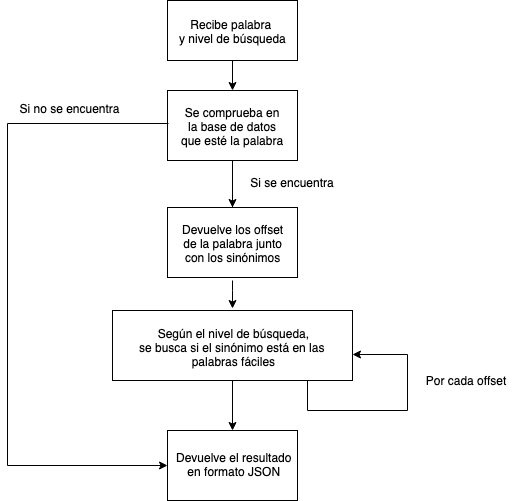
Above: Memoria/Imagenes/Bitmap/Capitulo4/ServiciosWeb/DiagramaFlujoSinonimos.png in NILGroup/TFG-1819-Analogias (draw.io), before the change. Source tidied: cells renumbered, new cells last; positions are measured from the earlier drawing's top-left corner, leaving out a move shared by most shapes.
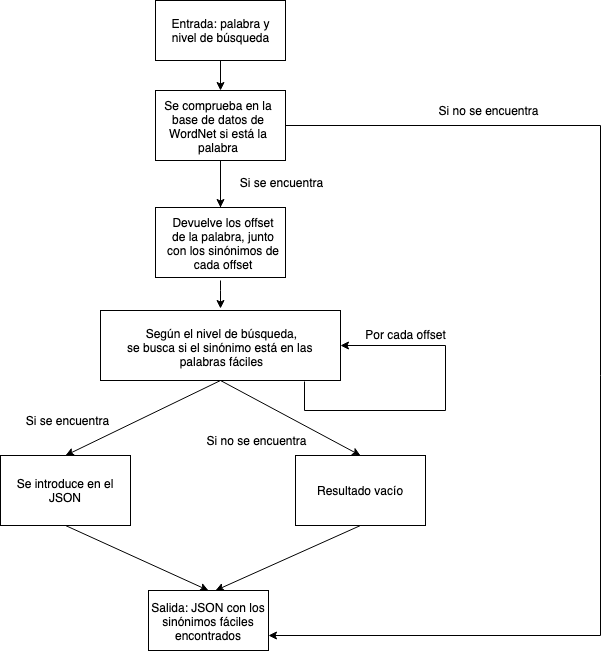
The same file after the commit.

Change to the diagram source:
```diff
@@ -2,85 +2,108 @@
   <root>
     <mxCell id="0" />
     <mxCell id="1" parent="0" />
-    <mxCell id="2" style="rounded=0;whiteSpace=wrap;html=1;" parent="1" vertex="1">
-      <mxGeometry x="160" width="130" height="60" as="geometry" />
-    </mxCell>
-    <mxCell id="3" style="edgeStyle=orthogonalEdgeStyle;rounded=0;jettySize=auto;html=1;entryX=0.5;entryY=0;entryDx=0;entryDy=0;exitX=0.5;exitY=1;exitDx=0;exitDy=0;" parent="1" edge="1" source="2" target="6">
-      <mxGeometry relative="1" as="geometry" />
-    </mxCell>
-    <mxCell id="4" value="Recibe palabra&amp;nbsp;&lt;br&gt;y nivel de búsqueda&lt;br&gt;" style="text;html=1;align=center;verticalAlign=top;spacingTop=-4;" parent="1" vertex="1">
-      <mxGeometry x="165" y="15" width="120" height="30" as="geometry" />
-    </mxCell>
-    <mxCell id="5" style="edgeStyle=orthogonalEdgeStyle;rounded=0;jettySize=auto;html=1;" parent="1" edge="1" source="6" target="12">
-      <mxGeometry relative="1" as="geometry" />
-    </mxCell>
-    <mxCell id="6" style="rounded=0;whiteSpace=wrap;html=1;" parent="1" vertex="1">
-      <mxGeometry x="160" y="90" width="130" height="70" as="geometry" />
-    </mxCell>
-    <mxCell id="7" style="edgeStyle=orthogonalEdgeStyle;rounded=0;jettySize=auto;html=1;entryX=0.5;entryY=0;entryDx=0;entryDy=0;" parent="1" edge="1" target="10">
-      <mxGeometry relative="1" as="geometry">
-        <mxPoint x="225" y="160" as="sourcePoint" />
-      </mxGeometry>
-    </mxCell>
-    <mxCell id="8" style="edgeStyle=orthogonalEdgeStyle;rounded=0;jettySize=auto;html=1;entryX=0;entryY=0.5;entryDx=0;entryDy=0;exitX=-0.033;exitY=0.5;exitDx=0;exitDy=0;exitPerimeter=0;" parent="1" edge="1" source="9" target="19">
-      <mxGeometry relative="1" as="geometry">
-        <Array as="points">
-          <mxPoint y="123" />
-          <mxPoint y="465" />
-        </Array>
-      </mxGeometry>
-    </mxCell>
-    <mxCell id="9" value="Se comprueba en&lt;br&gt;&amp;nbsp;la base de datos &lt;br&gt;que esté la palabra&lt;br&gt;" style="text;html=1;points=[];align=center;verticalAlign=top;spacingTop=-4;" parent="1" vertex="1">
-      <mxGeometry x="165" y="103" width="120" height="40" as="geometry" />
-    </mxCell>
-    <mxCell id="10" style="rounded=0;whiteSpace=wrap;html=1;" parent="1" vertex="1">
-      <mxGeometry x="160" y="207" width="130" height="70" as="geometry" />
-    </mxCell>
-    <mxCell id="11" style="edgeStyle=orthogonalEdgeStyle;rounded=0;orthogonalLoop=1;jettySize=auto;html=1;" parent="1" edge="1">
-      <mxGeometry relative="1" as="geometry">
-        <mxPoint x="225" y="280" as="sourcePoint" />
-        <mxPoint x="225" y="308" as="targetPoint" />
-        <Array as="points">
-          <mxPoint x="225" y="290" />
-          <mxPoint x="225" y="290" />
-        </Array>
-      </mxGeometry>
-    </mxCell>
-    <mxCell id="12" value="Devuelve los offset&lt;br&gt;de la palabra junto&lt;br&gt;con los sinónimos&lt;br&gt;" style="text;html=1;points=[];align=center;verticalAlign=top;spacingTop=-4;" parent="1" vertex="1">
-      <mxGeometry x="165" y="220" width="120" height="40" as="geometry" />
-    </mxCell>
-    <mxCell id="13" style="edgeStyle=orthogonalEdgeStyle;rounded=0;jettySize=auto;html=1;exitX=0.5;exitY=1;exitDx=0;exitDy=0;" parent="1" edge="1" source="14" target="19">
-      <mxGeometry relative="1" as="geometry" />
-    </mxCell>
-    <mxCell id="14" style="rounded=0;whiteSpace=wrap;html=1;" parent="1" vertex="1">
-      <mxGeometry x="105" y="310" width="240" height="70" as="geometry" />
-    </mxCell>
+    <mxCell id="22" style="rounded=0;whiteSpace=wrap;html=1;" parent="1" vertex="1">
+      <mxGeometry x="-45" y="-40" width="130" height="60" as="geometry" />
+    </mxCell>
+    <mxCell id="23" style="edgeStyle=orthogonalEdgeStyle;rounded=0;jettySize=auto;html=1;entryX=0.5;entryY=0;entryDx=0;entryDy=0;exitX=0.5;exitY=1;exitDx=0;exitDy=0;" parent="1" edge="1" source="22" target="25">
+      <mxGeometry relative="1" as="geometry" />
+    </mxCell>
+    <mxCell id="24" style="edgeStyle=orthogonalEdgeStyle;rounded=0;jettySize=auto;html=1;" parent="1" edge="1" source="25">
+      <mxGeometry relative="1" as="geometry">
+        <mxPoint x="20" y="180" as="targetPoint" />
+      </mxGeometry>
+    </mxCell>
+    <mxCell id="25" style="rounded=0;whiteSpace=wrap;html=1;" parent="1" vertex="1">
+      <mxGeometry x="-45" y="50" width="130" height="70" as="geometry" />
+    </mxCell>
+    <mxCell id="26" style="edgeStyle=orthogonalEdgeStyle;rounded=0;jettySize=auto;html=1;entryX=0.5;entryY=0;entryDx=0;entryDy=0;" parent="1" edge="1" target="27">
+      <mxGeometry relative="1" as="geometry">
+        <mxPoint x="20" y="120" as="sourcePoint" />
+      </mxGeometry>
+    </mxCell>
+    <mxCell id="27" style="rounded=0;whiteSpace=wrap;html=1;" parent="1" vertex="1">
+      <mxGeometry x="-45" y="167" width="130" height="70" as="geometry" />
+    </mxCell>
+    <mxCell id="28" style="edgeStyle=orthogonalEdgeStyle;rounded=0;orthogonalLoop=1;jettySize=auto;html=1;" parent="1" edge="1">
+      <mxGeometry relative="1" as="geometry">
+        <mxPoint x="20" y="240" as="sourcePoint" />
+        <mxPoint x="20" y="268" as="targetPoint" />
+        <Array as="points">
+          <mxPoint x="20" y="250" />
+          <mxPoint x="20" y="250" />
+        </Array>
+      </mxGeometry>
+    </mxCell>
+    <mxCell id="29" style="rounded=0;whiteSpace=wrap;html=1;" parent="1" vertex="1">
+      <mxGeometry x="-100" y="270" width="240" height="70" as="geometry" />
+    </mxCell>
     <mxCell id="15" value="Según el nivel de búsqueda,&lt;br&gt;se busca si el sinónimo está en las&amp;nbsp;&lt;br&gt;palabras fáciles&lt;br&gt;" style="text;html=1;align=center;verticalAlign=top;spacingTop=-4;" parent="1" vertex="1">
-      <mxGeometry x="126" y="324" width="200" height="40" as="geometry" />
+      <mxGeometry x="-79" y="284" width="200" height="40" as="geometry" />
     </mxCell>
-    <mxCell id="16" value="Si se encuentra" style="text;html=1;strokeColor=none;fillColor=none;align=center;verticalAlign=middle;whiteSpace=wrap;rounded=0;" parent="1" vertex="1">
-      <mxGeometry x="235" y="172" width="100" height="20" as="geometry" />
-    </mxCell>
-    <mxCell id="17" style="edgeStyle=orthogonalEdgeStyle;rounded=0;orthogonalLoop=1;jettySize=auto;html=1;exitX=0.75;exitY=1;exitDx=0;exitDy=0;entryX=1;entryY=0.629;entryDx=0;entryDy=0;entryPerimeter=0;" parent="1" edge="1" source="14" target="14">
-      <mxGeometry relative="1" as="geometry">
-        <Array as="points">
-          <mxPoint x="300" y="410" />
-          <mxPoint x="400" y="410" />
-          <mxPoint x="400" y="354" />
-        </Array>
-      </mxGeometry>
-    </mxCell>
+    <mxCell id="30" value="Si se encuentra" style="text;html=1;strokeColor=none;fillColor=none;align=center;verticalAlign=middle;whiteSpace=wrap;rounded=0;" parent="1" vertex="1">
+      <mxGeometry x="30" y="132" width="100" height="20" as="geometry" />
+    </mxCell>
+    <mxCell id="31" value="Se introduce en el JSON" style="rounded=0;whiteSpace=wrap;html=1;" parent="1" vertex="1">
+      <mxGeometry x="-200" y="415" width="130" height="70" as="geometry" />
+    </mxCell>
+    <mxCell id="32" value="Entrada: palabra y nivel de búsqueda" style="text;html=1;strokeColor=none;fillColor=none;align=center;verticalAlign=middle;whiteSpace=wrap;rounded=0;" parent="1" vertex="1">
+      <mxGeometry x="-35" y="-40" width="110" height="60" as="geometry" />
+    </mxCell>
+    <mxCell id="33" value="Se comprueba en la base de datos de WordNet si está la palabra" style="text;html=1;strokeColor=none;fillColor=none;align=center;verticalAlign=middle;whiteSpace=wrap;rounded=0;" parent="1" vertex="1">
+      <mxGeometry x="-45" y="50" width="125" height="70" as="geometry" />
+    </mxCell>
+    <mxCell id="34" value="Devuelve los offset de la palabra, junto con los sinónimos de cada offset" style="text;html=1;strokeColor=none;fillColor=none;align=center;verticalAlign=middle;whiteSpace=wrap;rounded=0;" parent="1" vertex="1">
+      <mxGeometry x="-35" y="172" width="115" height="60" as="geometry" />
+    </mxCell>
+    <mxCell id="35" style="endArrow=classic;html=1;exitX=0.5;exitY=1;exitDx=0;exitDy=0;entryX=0.5;entryY=0;entryDx=0;entryDy=0;" parent="1" edge="1" source="29" target="31">
+      <mxGeometry relative="1" as="geometry" />
+    </mxCell>
+    <mxCell id="36" value="Resultado vacío" style="rounded=0;whiteSpace=wrap;html=1;" parent="1" vertex="1">
+      <mxGeometry x="95" y="415" width="130" height="70" as="geometry" />
+    </mxCell>
+    <mxCell id="37" style="endArrow=classic;html=1;exitX=0.5;exitY=1;exitDx=0;exitDy=0;entryX=0.5;entryY=0;entryDx=0;entryDy=0;" parent="1" edge="1" source="29" target="36">
+      <mxGeometry relative="1" as="geometry" />
+    </mxCell>
+    <mxCell id="38" value="Si se encuentra" style="text;html=1;strokeColor=none;fillColor=none;align=center;verticalAlign=middle;whiteSpace=wrap;rounded=0;" parent="1" vertex="1">
+      <mxGeometry x="-189" y="369.5" width="110" height="20" as="geometry" />
+    </mxCell>
+    <mxCell id="39" value="Si no se encuentra" style="text;html=1;strokeColor=none;fillColor=none;align=center;verticalAlign=middle;whiteSpace=wrap;rounded=0;" parent="1" vertex="1">
+      <mxGeometry x="-9" y="389.5" width="130" height="20" as="geometry" />
+    </mxCell>
+    <mxCell id="40" style="endArrow=classic;html=1;exitX=0.85;exitY=1.014;exitDx=0;exitDy=0;exitPerimeter=0;entryX=1;entryY=0.5;entryDx=0;entryDy=0;rounded=0;" parent="1" edge="1" source="29" target="29">
+      <mxGeometry relative="1" as="geometry">
+        <Array as="points">
+          <mxPoint x="104" y="370" />
+          <mxPoint x="245" y="370" />
+          <mxPoint x="245" y="305" />
+        </Array>
+      </mxGeometry>
+    </mxCell>
     <mxCell id="18" value="Por cada offset" style="text;html=1;strokeColor=none;fillColor=none;align=center;verticalAlign=middle;whiteSpace=wrap;rounded=0;" parent="1" vertex="1">
-      <mxGeometry x="408" y="370" width="100" height="20" as="geometry" />
+      <mxGeometry x="145" y="284" width="120" height="20" as="geometry" />
     </mxCell>
-    <mxCell id="19" style="rounded=0;whiteSpace=wrap;html=1;" parent="1" vertex="1">
-      <mxGeometry x="160" y="430" width="130" height="70" as="geometry" />
-    </mxCell>
-    <mxCell id="20" value="Devuelve el resultado&lt;br&gt;en formato JSON&lt;br&gt;" style="text;html=1;align=center;verticalAlign=top;spacingTop=-4;" parent="1" vertex="1">
-      <mxGeometry x="161" y="448" width="130" height="30" as="geometry" />
-    </mxCell>
-    <mxCell id="21" value="Si no se encuentra" style="text;html=1;strokeColor=none;fillColor=none;align=center;verticalAlign=middle;whiteSpace=wrap;rounded=0;" parent="1" vertex="1">
-      <mxGeometry x="5" y="98" width="115" height="20" as="geometry" />
-    </mxCell>
+    <mxCell id="41" value="Salida: JSON con los sinónimos fáciles encontrados" style="rounded=0;whiteSpace=wrap;html=1;" parent="1" vertex="1">
+      <mxGeometry x="-52" y="550" width="120" height="60" as="geometry" />
+    </mxCell>
+    <mxCell id="42" style="endArrow=classic;html=1;exitX=0.5;exitY=1;exitDx=0;exitDy=0;entryX=0.5;entryY=0;entryDx=0;entryDy=0;" parent="1" edge="1" source="31" target="41">
+      <mxGeometry relative="1" as="geometry" />
+    </mxCell>
+    <mxCell id="43" style="endArrow=classic;html=1;exitX=0.5;exitY=1;exitDx=0;exitDy=0;" parent="1" edge="1" source="36">
+      <mxGeometry relative="1" as="geometry">
+        <mxPoint x="15" y="550" as="targetPoint" />
+      </mxGeometry>
+    </mxCell>
+    <mxCell id="44" style="endArrow=classic;html=1;exitX=1;exitY=0.5;exitDx=0;exitDy=0;entryX=1;entryY=0.75;entryDx=0;entryDy=0;rounded=0;" parent="1" edge="1" source="25" target="41">
+      <mxGeometry relative="1" as="geometry">
+        <Array as="points">
+          <mxPoint x="400" y="85" />
+          <mxPoint x="400" y="335" />
+          <mxPoint x="400" y="595" />
+        </Array>
+      </mxGeometry>
+    </mxCell>
+    <mxCell id="45" value="Si no se encuentra" style="text;html=1;strokeColor=none;fillColor=none;align=center;verticalAlign=middle;whiteSpace=wrap;rounded=0;" parent="1" vertex="1">
+      <mxGeometry x="225" y="60" width="125" height="20" as="geometry" />
+    </mxCell>
   </root>
 </mxGraphModel>
```
